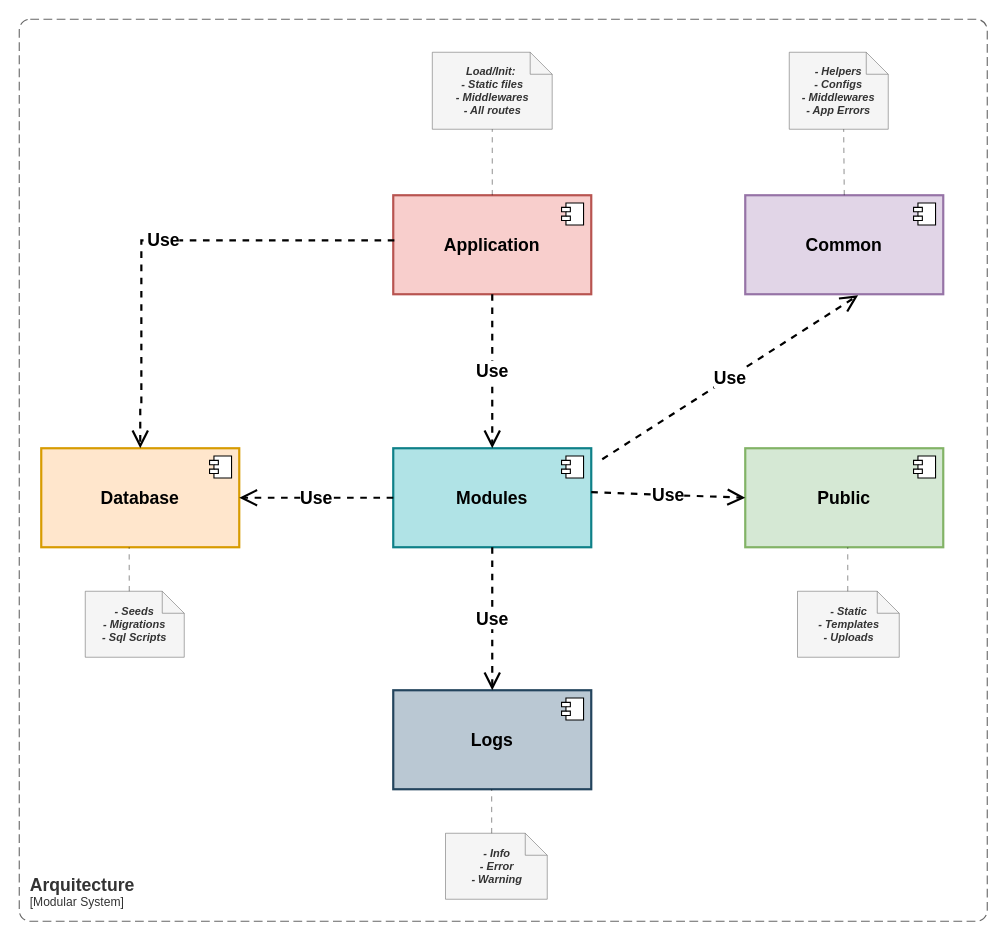
This is page "Modular Arquitecture" (4 of 12) of docs/_diagrams/Golang-Modular-Software.drawio from ortizdavid/golang-modular-software, a draw.io file, before an edit. Source tidied: cells renumbered, new cells numbered last; positions are measured from the earlier drawing's top-left corner, leaving out a move shared by most shapes. Both pictures are drawn from the tidied source at 110%, with x=0, y=0 at pixel (19, 19).
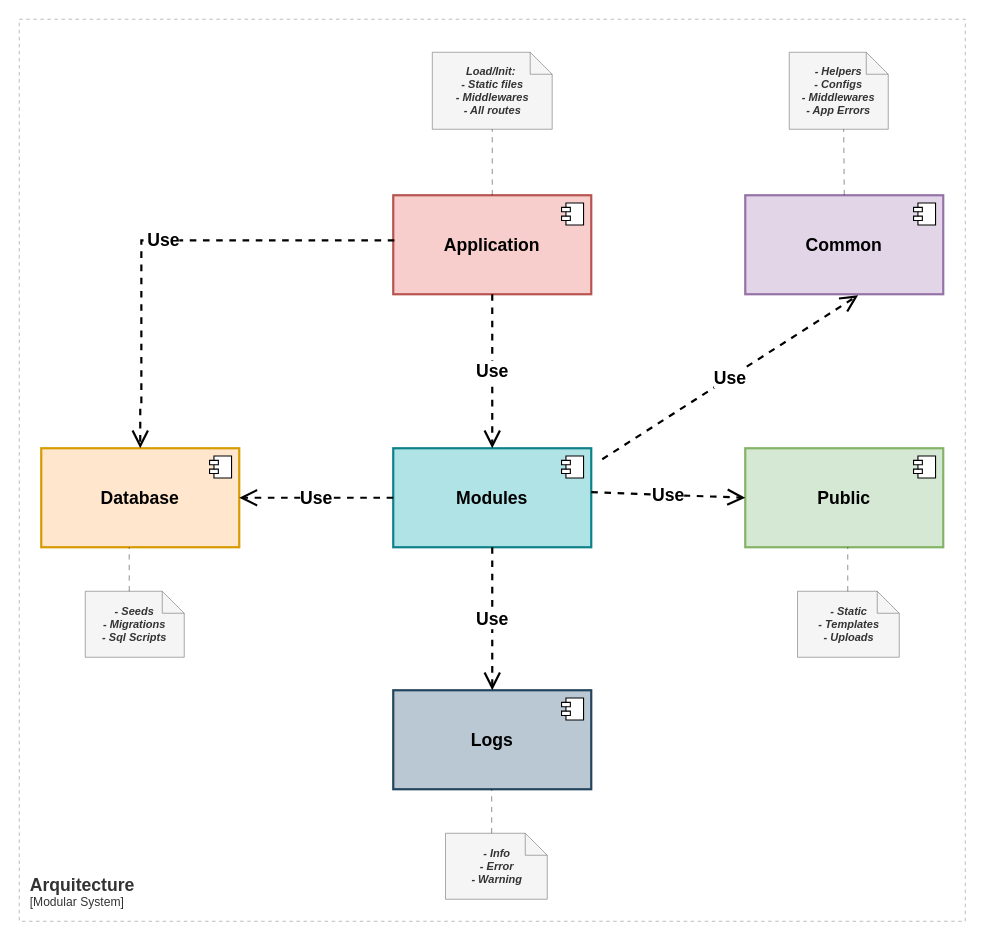
The same diagram, later.

The edit, as a diff of the source:
```diff
@@
     <object id="30" label="&lt;font style=&quot;font-size: 16px&quot;&gt;&lt;b&gt;&lt;div style=&quot;text-align: left&quot;&gt;%c4Name%&lt;/div&gt;&lt;/b&gt;&lt;/font&gt;&lt;div style=&quot;text-align: left&quot;&gt;[%c4Application%]&lt;/div&gt;" c4Application="Modular System" c4Name="Arquitecture" placeholders="1">
-      <mxCell style="rounded=1;fontSize=11;whiteSpace=wrap;html=1;dashed=1;arcSize=20;fillColor=none;strokeColor=#666666;fontColor=#333333;labelBackgroundColor=none;align=left;verticalAlign=bottom;labelBorderColor=none;spacingTop=0;spacing=10;dashPattern=8 4;perimeter=rectanglePerimeter;noLabel=0;labelPadding=0;absoluteArcSize=1;" parent="1" vertex="1">
-        <mxGeometry width="880" height="820" as="geometry" />
+      <mxCell style="rounded=0;fontSize=11;whiteSpace=wrap;html=1;dashed=1;arcSize=20;fillColor=none;strokeColor=#666666;fontColor=#333333;labelBackgroundColor=none;align=left;verticalAlign=bottom;labelBorderColor=none;spacingTop=0;spacing=10;dashPattern=8 8;perimeter=rectanglePerimeter;noLabel=0;labelPadding=0;absoluteArcSize=1;strokeWidth=0.4;" parent="1" vertex="1">
+        <mxGeometry width="860" height="820" as="geometry" />
       </mxCell>
     </object>
```
